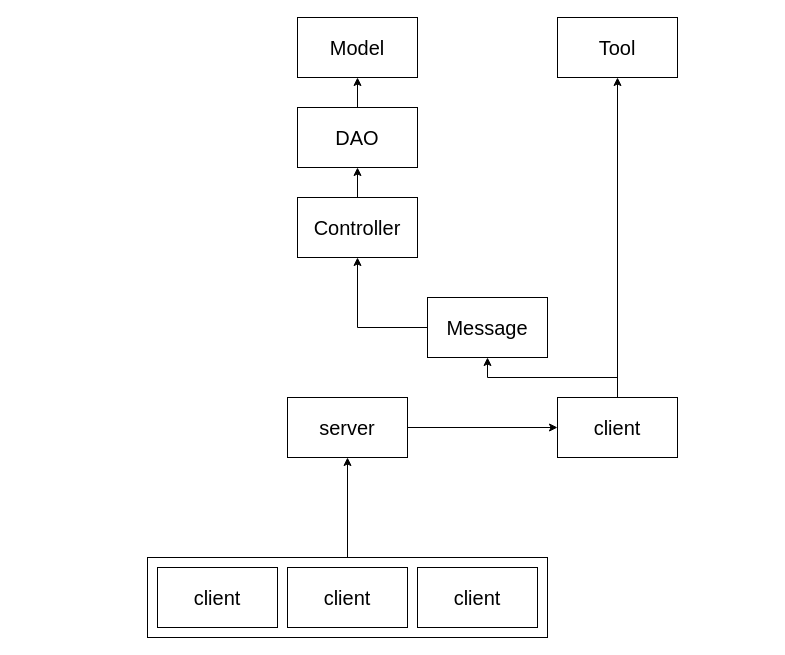
Above: page "服务器端结构" (1 of 2) of FlowChart/Fireboy&WatergirlServer.drawio in Lawssen/Fireboy-WaterGirl (draw.io), before the change. Source tidied: cells renumbered, new cells numbered last; positions are measured from the earlier drawing's top-left corner, leaving out a move shared by most shapes. Both pictures are drawn from the tidied source at 100%, with x=0, y=0 at pixel (147, 17).
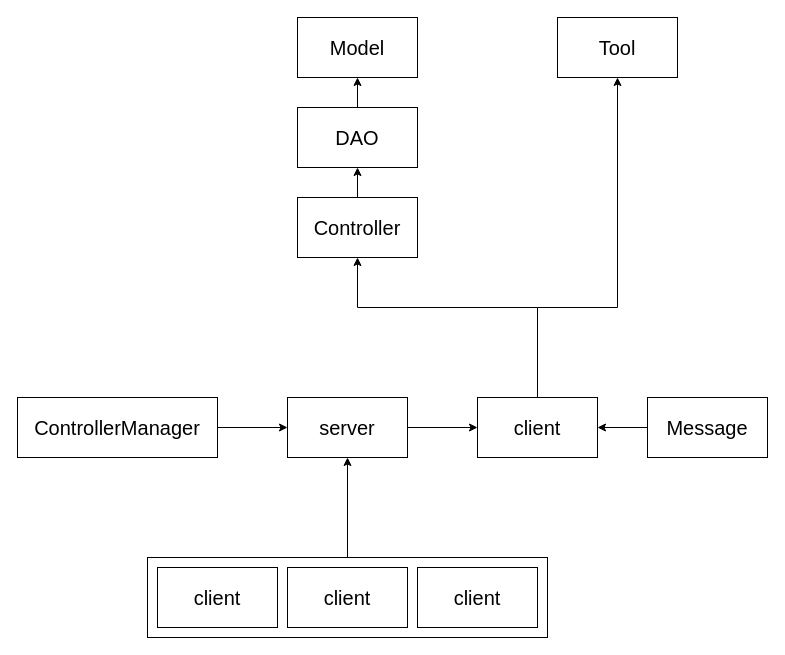
The same page after the edit.

Unchanged cells that the change refers to:
```xml
<mxCell id="6" value="&lt;span style=&quot;font-size: 20px&quot;&gt;server&lt;br&gt;&lt;/span&gt;" style="rounded=0;whiteSpace=wrap;html=1;" parent="1" vertex="1">
  <mxGeometry x="140" y="380" width="120" height="60" as="geometry" />
</mxCell>
<mxCell id="13" value="&lt;span style=&quot;font-size: 20px&quot;&gt;Controller&lt;br&gt;&lt;/span&gt;" style="rounded=0;whiteSpace=wrap;html=1;" parent="1" vertex="1">
  <mxGeometry x="150" y="180" width="120" height="60" as="geometry" />
</mxCell>
<mxCell id="17" value="&lt;span style=&quot;font-size: 20px&quot;&gt;Tool&lt;br&gt;&lt;/span&gt;" style="rounded=0;whiteSpace=wrap;html=1;" parent="1" vertex="1">
  <mxGeometry x="410" width="120" height="60" as="geometry" />
</mxCell>
```

The edit, as a diff of the source:
```diff
@@
-    <mxCell id="7" style="edgeStyle=orthogonalEdgeStyle;rounded=0;jettySize=auto;html=1;entryX=0.5;entryY=1;entryDx=0;entryDy=0;fontSize=20;" parent="1" edge="1" source="9" target="19">
+    <mxCell id="7" style="edgeStyle=orthogonalEdgeStyle;rounded=0;jettySize=auto;html=1;entryX=0.5;entryY=1;entryDx=0;entryDy=0;fontSize=20;exitX=0.5;exitY=0;exitDx=0;exitDy=0;" parent="1" edge="1" source="9" target="13">
       <mxGeometry relative="1" as="geometry">
         <Array as="points">
-          <mxPoint x="470" y="360" />
-          <mxPoint x="340" y="360" />
+          <mxPoint x="390" y="290" />
+          <mxPoint x="210" y="290" />
         </Array>
       </mxGeometry>
     </mxCell>
-    <mxCell id="8" style="edgeStyle=orthogonalEdgeStyle;rounded=0;jettySize=auto;html=1;entryX=0.5;entryY=1;entryDx=0;entryDy=0;fontSize=20;" parent="1" edge="1" source="9" target="17">
-      <mxGeometry relative="1" as="geometry" />
+    <mxCell id="8" style="edgeStyle=orthogonalEdgeStyle;rounded=0;jettySize=auto;html=1;entryX=0.5;entryY=1;entryDx=0;entryDy=0;fontSize=20;exitX=0.5;exitY=0;exitDx=0;exitDy=0;" parent="1" edge="1" source="9" target="17">
+      <mxGeometry relative="1" as="geometry">
+        <Array as="points">
+          <mxPoint x="390" y="290" />
+          <mxPoint x="470" y="290" />
+        </Array>
+      </mxGeometry>
     </mxCell>
     <mxCell id="9" value="&lt;span style=&quot;font-size: 20px&quot;&gt;client&lt;br&gt;&lt;/span&gt;" style="rounded=0;whiteSpace=wrap;html=1;" parent="1" vertex="1">
-      <mxGeometry x="410" y="380" width="120" height="60" as="geometry" />
+      <mxGeometry x="330" y="380" width="120" height="60" as="geometry" />
     </mxCell>
@@
-    <mxCell id="18" style="edgeStyle=orthogonalEdgeStyle;rounded=0;jettySize=auto;html=1;entryX=0.5;entryY=1;entryDx=0;entryDy=0;fontSize=20;exitX=0;exitY=0.5;exitDx=0;exitDy=0;" parent="1" edge="1" source="19" target="13">
-      <mxGeometry relative="1" as="geometry" />
-    </mxCell>
+    <mxCell id="20" style="edgeStyle=orthogonalEdgeStyle;rounded=0;jettySize=auto;html=1;entryX=0;entryY=0.5;entryDx=0;entryDy=0;fontSize=20;" parent="1" edge="1" source="21" target="6">
+      <mxGeometry relative="1" as="geometry" />
+    </mxCell>
+    <mxCell id="21" value="&lt;span style=&quot;font-size: 20px&quot;&gt;ControllerManager&lt;br&gt;&lt;/span&gt;" style="rounded=0;whiteSpace=wrap;html=1;" parent="1" vertex="1">
+      <mxGeometry x="-130" y="380" width="200" height="60" as="geometry" />
+    </mxCell>
+    <mxCell id="22" style="edgeStyle=orthogonalEdgeStyle;rounded=0;jettySize=auto;html=1;entryX=1;entryY=0.5;entryDx=0;entryDy=0;fontSize=20;" parent="1" edge="1" source="19" target="9">
+      <mxGeometry relative="1" as="geometry" />
+    </mxCell>
     <mxCell id="19" value="&lt;span style=&quot;font-size: 20px&quot;&gt;Message&lt;br&gt;&lt;/span&gt;" style="rounded=0;whiteSpace=wrap;html=1;" parent="1" vertex="1">
-      <mxGeometry x="280" y="280" width="120" height="60" as="geometry" />
+      <mxGeometry x="500" y="380" width="120" height="60" as="geometry" />
     </mxCell>
```
